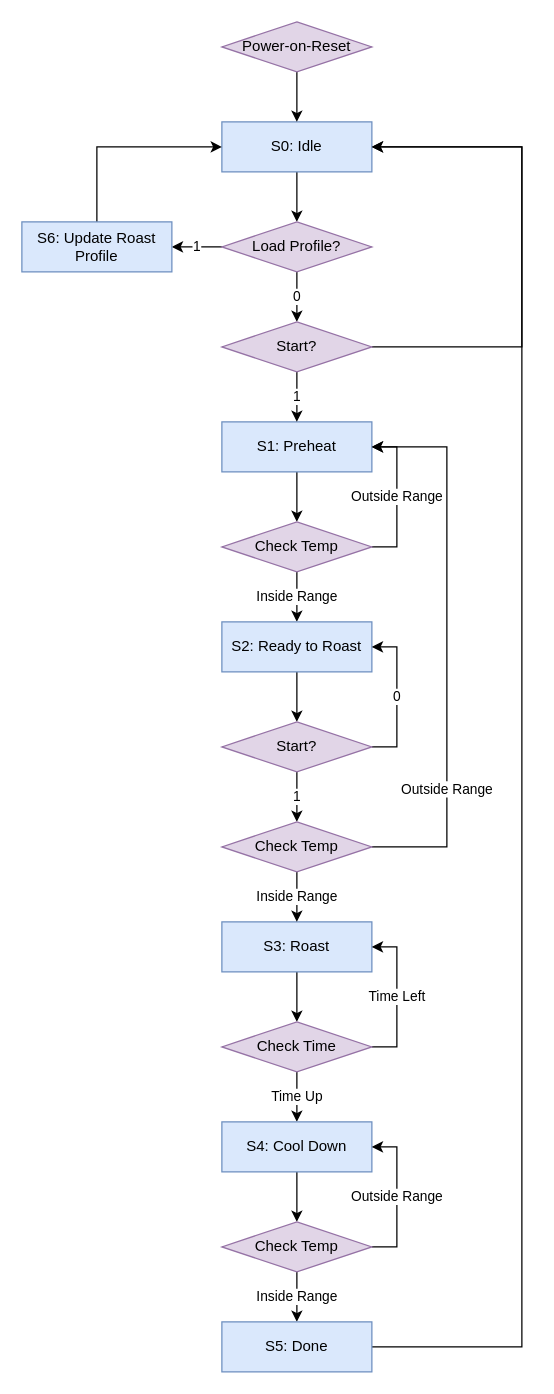
This is page "Finite State Machine (FSM)" (2 of 4) of avr_coffee_roaster/docs/coffee_roaster_block_diagram.drawio from frangoose/my_avr_projects, a draw.io file, before an edit. Source tidied: cells renumbered, new cells numbered last; positions are measured from the earlier drawing's top-left corner, leaving out a move shared by most shapes. Both pictures are drawn from the tidied source at 125%, with x=0, y=0 at pixel (21, 21).
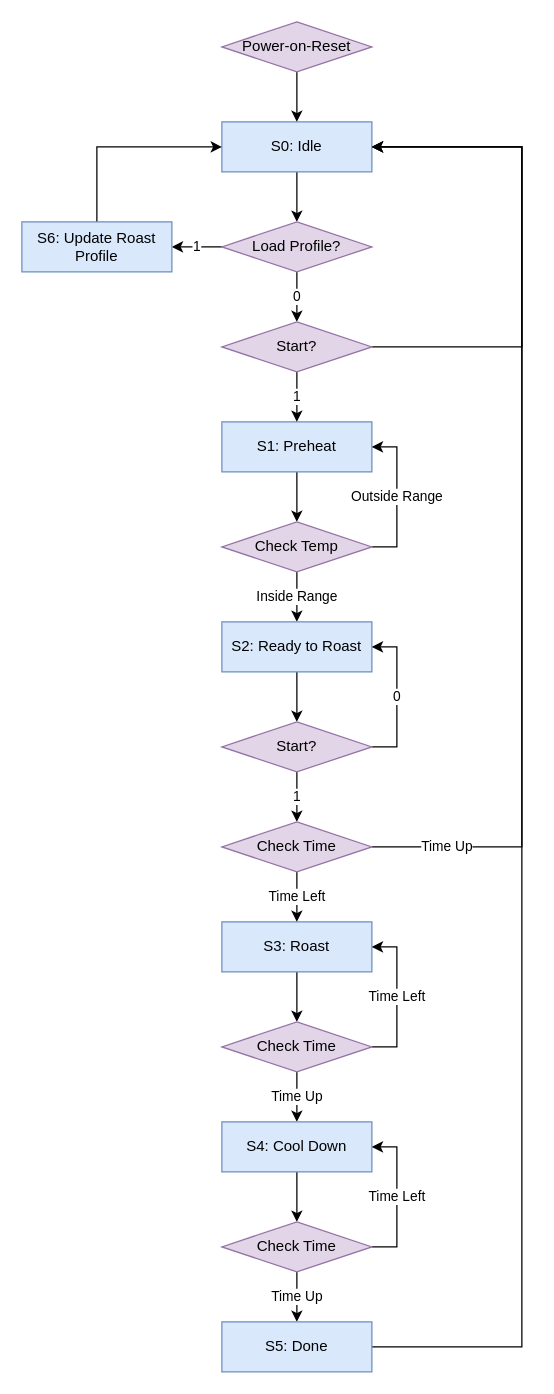
The same page after the edit.

Unchanged cells that the change refers to:
```xml
<mxCell id="3" value="S0: Idle" style="rounded=0;whiteSpace=wrap;html=1;fillColor=#dae8fc;strokeColor=#6c8ebf;" parent="1" vertex="1">
  <mxGeometry x="160" y="80" width="120" height="40" as="geometry" />
</mxCell>
<mxCell id="20" value="S3: Roast" style="rounded=0;whiteSpace=wrap;html=1;fillColor=#dae8fc;strokeColor=#6c8ebf;" parent="1" vertex="1">
  <mxGeometry x="160" y="720" width="120" height="40" as="geometry" />
</mxCell>
<mxCell id="28" value="S4: Cool Down" style="rounded=0;whiteSpace=wrap;html=1;fillColor=#dae8fc;strokeColor=#6c8ebf;" parent="1" vertex="1">
  <mxGeometry x="160" y="880" width="120" height="40" as="geometry" />
</mxCell>
<mxCell id="33" value="S5: Done" style="rounded=0;whiteSpace=wrap;html=1;fillColor=#dae8fc;strokeColor=#6c8ebf;" parent="1" vertex="1">
  <mxGeometry x="160" y="1040" width="120" height="40" as="geometry" />
</mxCell>
```

Diff of the diagram source:
```diff
@@
-    <mxCell id="21" value="Inside Range" style="edgeStyle=orthogonalEdgeStyle;rounded=0;jettySize=auto;html=1;exitX=0.5;exitY=1;exitDx=0;exitDy=0;entryX=0.5;entryY=0;entryDx=0;entryDy=0;" parent="1" edge="1" source="23" target="20">
+    <mxCell id="21" value="Time Left" style="edgeStyle=orthogonalEdgeStyle;rounded=0;jettySize=auto;html=1;exitX=0.5;exitY=1;exitDx=0;exitDy=0;entryX=0.5;entryY=0;entryDx=0;entryDy=0;" parent="1" edge="1" source="23" target="20">
       <mxGeometry relative="1" as="geometry" />
     </mxCell>
-    <mxCell id="22" value="Outside Range" style="edgeStyle=orthogonalEdgeStyle;rounded=0;jettySize=auto;html=1;exitX=1;exitY=0.5;exitDx=0;exitDy=0;" parent="1" edge="1" source="23">
-      <mxGeometry x="-0.52" relative="1" as="geometry">
-        <mxPoint x="280" y="340" as="targetPoint" />
-        <Array as="points">
-          <mxPoint x="340" y="660" />
-          <mxPoint x="340" y="340" />
-        </Array>
-      </mxGeometry>
-    </mxCell>
+    <mxCell id="39" value="Time Up" style="edgeStyle=orthogonalEdgeStyle;rounded=0;jumpStyle=arc;jettySize=auto;html=1;exitX=1;exitY=0.5;exitDx=0;exitDy=0;entryX=1;entryY=0.5;entryDx=0;entryDy=0;startArrow=none;startFill=0;endArrow=classic;endFill=1;" parent="1" edge="1" source="23" target="3">
+      <mxGeometry x="-0.85" relative="1" as="geometry">
+        <Array as="points">
+          <mxPoint x="400" y="660" />
+          <mxPoint x="400" y="100" />
+        </Array>
+      </mxGeometry>
+    </mxCell>
-    <mxCell id="23" value="Check Temp" style="rhombus;whiteSpace=wrap;html=1;fillColor=#e1d5e7;strokeColor=#9673a6;" parent="1" vertex="1">
+    <mxCell id="23" value="Check Time" style="rhombus;whiteSpace=wrap;html=1;fillColor=#e1d5e7;strokeColor=#9673a6;" parent="1" vertex="1">
       <mxGeometry x="160" y="640" width="120" height="40" as="geometry" />
     </mxCell>
@@
-    <mxCell id="29" value="Inside Range" style="edgeStyle=orthogonalEdgeStyle;rounded=0;jettySize=auto;html=1;exitX=0.5;exitY=1;exitDx=0;exitDy=0;entryX=0.5;entryY=0;entryDx=0;entryDy=0;" parent="1" edge="1" source="31" target="33">
+    <mxCell id="29" value="Time Up" style="edgeStyle=orthogonalEdgeStyle;rounded=0;jettySize=auto;html=1;exitX=0.5;exitY=1;exitDx=0;exitDy=0;entryX=0.5;entryY=0;entryDx=0;entryDy=0;" parent="1" edge="1" source="31" target="33">
       <mxGeometry relative="1" as="geometry" />
     </mxCell>
-    <mxCell id="30" value="Outside Range" style="edgeStyle=orthogonalEdgeStyle;rounded=0;jettySize=auto;html=1;exitX=1;exitY=0.5;exitDx=0;exitDy=0;entryX=1;entryY=0.5;entryDx=0;entryDy=0;" parent="1" edge="1" source="31" target="28">
+    <mxCell id="30" value="Time Left" style="edgeStyle=orthogonalEdgeStyle;rounded=0;jettySize=auto;html=1;exitX=1;exitY=0.5;exitDx=0;exitDy=0;entryX=1;entryY=0.5;entryDx=0;entryDy=0;" parent="1" edge="1" source="31" target="28">
       <mxGeometry relative="1" as="geometry" />
     </mxCell>
-    <mxCell id="31" value="Check Temp" style="rhombus;whiteSpace=wrap;html=1;fillColor=#e1d5e7;strokeColor=#9673a6;" parent="1" vertex="1">
+    <mxCell id="31" value="Check Time" style="rhombus;whiteSpace=wrap;html=1;fillColor=#e1d5e7;strokeColor=#9673a6;" parent="1" vertex="1">
       <mxGeometry x="160" y="960" width="120" height="40" as="geometry" />
     </mxCell>
```
